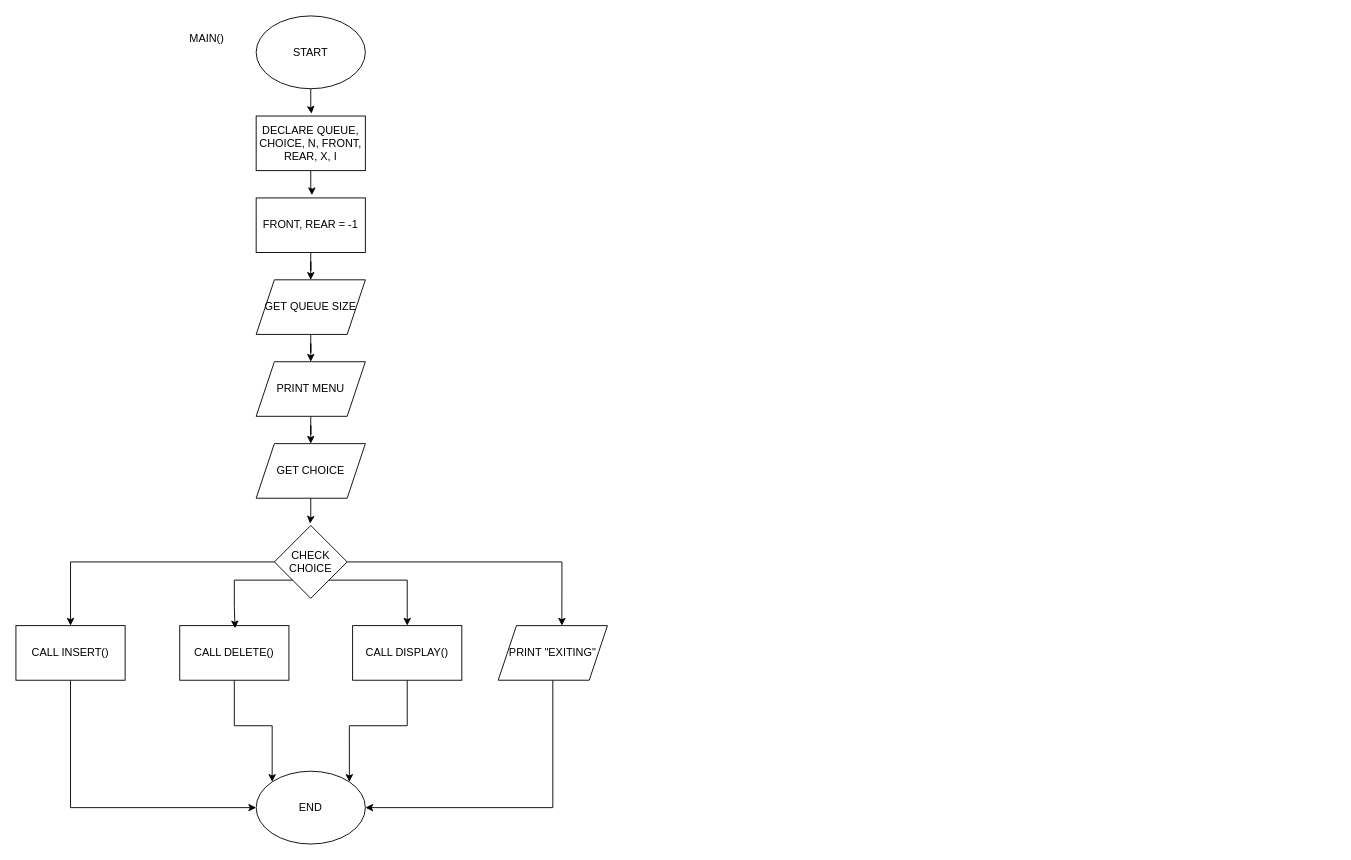
ahamril2265/DSA-LABS keeps this draw.io diagram as CIRCULAR_QUEUE.drawio. Above is the earlier version. Source tidied: cells renumbered, new cells numbered last; positions are measured from the earlier drawing's top-left corner, leaving out a move shared by most shapes. Both pictures are drawn from the tidied source at 91%, with x=0, y=0 at pixel (15, 15).
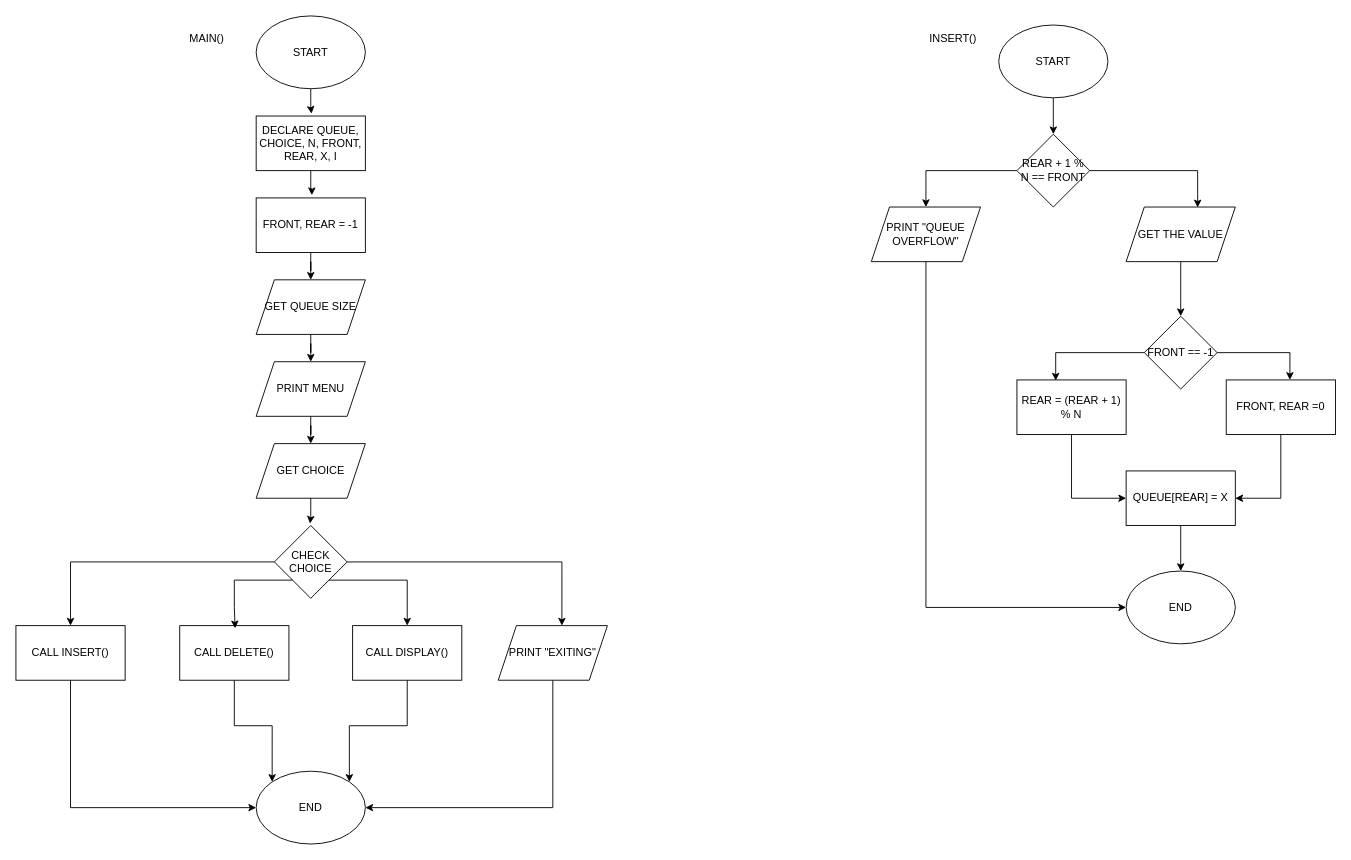
The same diagram, later.

What changed in the source:
```diff
@@
+    <mxCell id="29" style="edgeStyle=orthogonalEdgeStyle;rounded=0;jettySize=auto;html=1;entryX=0.5;entryY=0;entryDx=0;entryDy=0;" parent="1" edge="1" source="30" target="33">
+      <mxGeometry relative="1" as="geometry" />
+    </mxCell>
+    <mxCell id="30" value="START" style="ellipse;whiteSpace=wrap;html=1;" parent="1" vertex="1">
+      <mxGeometry x="1080" y="10" width="120" height="80" as="geometry" />
+    </mxCell>
+    <mxCell id="31" value="INSERT()" style="text;html=1;whiteSpace=wrap;strokeColor=none;fillColor=none;align=center;verticalAlign=middle;rounded=0;" parent="1" vertex="1">
+      <mxGeometry x="1000" y="10" width="60" height="30" as="geometry" />
+    </mxCell>
+    <mxCell id="32" style="edgeStyle=orthogonalEdgeStyle;rounded=0;jettySize=auto;html=1;entryX=0.5;entryY=0;entryDx=0;entryDy=0;" parent="1" edge="1" source="33" target="35">
+      <mxGeometry relative="1" as="geometry" />
+    </mxCell>
+    <mxCell id="33" value="REAR + 1 % N == FRONT" style="rhombus;whiteSpace=wrap;html=1;" parent="1" vertex="1">
+      <mxGeometry x="1100" y="130" width="80" height="80" as="geometry" />
+    </mxCell>
+    <mxCell id="34" style="edgeStyle=orthogonalEdgeStyle;rounded=0;jettySize=auto;html=1;entryX=0;entryY=0.5;entryDx=0;entryDy=0;" parent="1" edge="1" source="35" target="48">
+      <mxGeometry relative="1" as="geometry">
+        <Array as="points">
+          <mxPoint x="1000" y="650" />
+        </Array>
+      </mxGeometry>
+    </mxCell>
+    <mxCell id="35" value="PRINT &quot;QUEUE OVERFLOW&quot;" style="shape=parallelogram;perimeter=parallelogramPerimeter;whiteSpace=wrap;html=1;fixedSize=1;" parent="1" vertex="1">
+      <mxGeometry x="940" y="210" width="120" height="60" as="geometry" />
+    </mxCell>
+    <mxCell id="36" style="edgeStyle=orthogonalEdgeStyle;rounded=0;jettySize=auto;html=1;entryX=0.5;entryY=0;entryDx=0;entryDy=0;" parent="1" edge="1" source="37" target="38">
+      <mxGeometry relative="1" as="geometry" />
+    </mxCell>
+    <mxCell id="37" value="GET THE VALUE" style="shape=parallelogram;perimeter=parallelogramPerimeter;whiteSpace=wrap;html=1;fixedSize=1;" parent="1" vertex="1">
+      <mxGeometry x="1220" y="210" width="120" height="60" as="geometry" />
+    </mxCell>
+    <mxCell id="38" value="FRONT == -1" style="rhombus;whiteSpace=wrap;html=1;" parent="1" vertex="1">
+      <mxGeometry x="1240" y="330" width="80" height="80" as="geometry" />
+    </mxCell>
+    <mxCell id="39" style="edgeStyle=orthogonalEdgeStyle;rounded=0;jettySize=auto;html=1;entryX=1;entryY=0.5;entryDx=0;entryDy=0;" parent="1" edge="1" source="40" target="44">
+      <mxGeometry relative="1" as="geometry" />
+    </mxCell>
+    <mxCell id="40" value="FRONT, REAR =0" style="rounded=0;whiteSpace=wrap;html=1;" parent="1" vertex="1">
+      <mxGeometry x="1330" y="400" width="120" height="60" as="geometry" />
+    </mxCell>
+    <mxCell id="41" style="edgeStyle=orthogonalEdgeStyle;rounded=0;jettySize=auto;html=1;entryX=0;entryY=0.5;entryDx=0;entryDy=0;" parent="1" edge="1" source="42" target="44">
+      <mxGeometry relative="1" as="geometry" />
+    </mxCell>
+    <mxCell id="42" value="REAR = (REAR + 1) % N" style="rounded=0;whiteSpace=wrap;html=1;" parent="1" vertex="1">
+      <mxGeometry x="1100" y="400" width="120" height="60" as="geometry" />
+    </mxCell>
+    <mxCell id="43" style="edgeStyle=orthogonalEdgeStyle;rounded=0;jettySize=auto;html=1;entryX=0.5;entryY=0;entryDx=0;entryDy=0;" parent="1" edge="1" source="44" target="48">
+      <mxGeometry relative="1" as="geometry" />
+    </mxCell>
+    <mxCell id="44" value="QUEUE[REAR] = X" style="rounded=0;whiteSpace=wrap;html=1;" parent="1" vertex="1">
+      <mxGeometry x="1220" y="500" width="120" height="60" as="geometry" />
+    </mxCell>
+    <mxCell id="45" style="edgeStyle=orthogonalEdgeStyle;rounded=0;jettySize=auto;html=1;entryX=0.655;entryY=0.007;entryDx=0;entryDy=0;entryPerimeter=0;" parent="1" edge="1" source="33" target="37">
+      <mxGeometry relative="1" as="geometry" />
+    </mxCell>
+    <mxCell id="46" style="edgeStyle=orthogonalEdgeStyle;rounded=0;jettySize=auto;html=1;entryX=0.583;entryY=0;entryDx=0;entryDy=0;entryPerimeter=0;" parent="1" edge="1" source="38" target="40">
+      <mxGeometry relative="1" as="geometry" />
+    </mxCell>
+    <mxCell id="47" style="edgeStyle=orthogonalEdgeStyle;rounded=0;jettySize=auto;html=1;entryX=0.355;entryY=0.013;entryDx=0;entryDy=0;entryPerimeter=0;" parent="1" edge="1" source="38" target="42">
+      <mxGeometry relative="1" as="geometry" />
+    </mxCell>
+    <mxCell id="48" value="END" style="ellipse;whiteSpace=wrap;html=1;" parent="1" vertex="1">
+      <mxGeometry x="1220" y="610" width="120" height="80" as="geometry" />
+    </mxCell>
```
